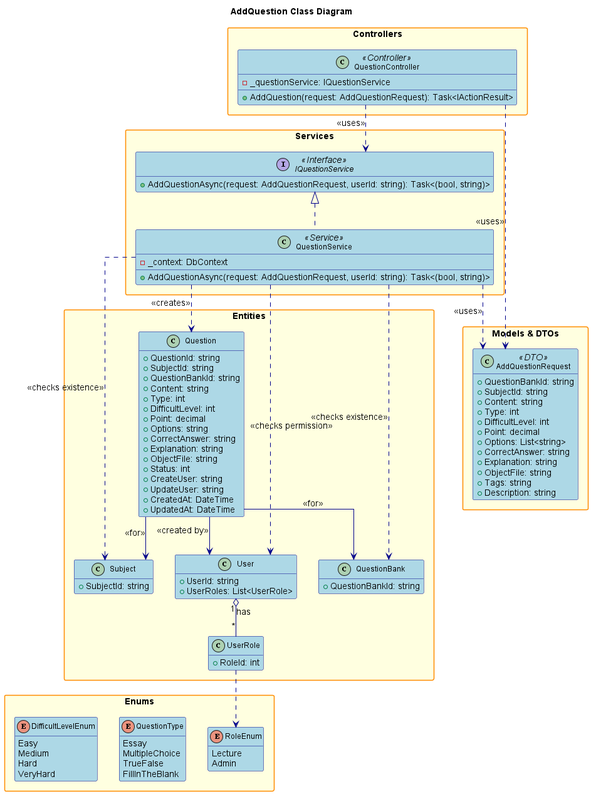
Before: design/out/addquestion/addquestion.png, a diagram exported from PlantUML (conghoan1211/AI-Kiosk-Testing-system).
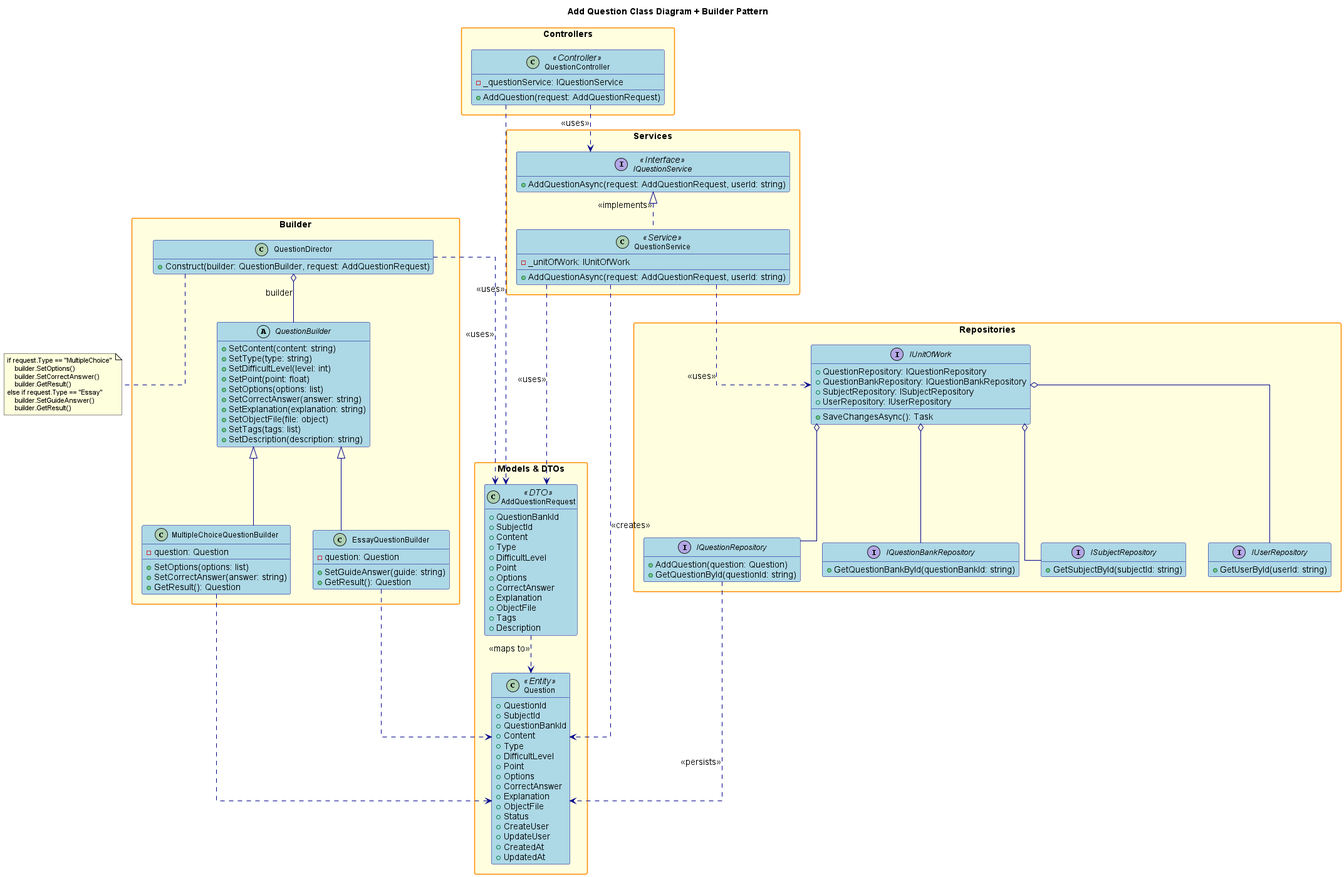
The same diagram one commit later.

What changed in the source:
```diff
@@ -1,6 +1,4 @@
 @startuml
-
-title AddQuestion Class Diagram
 
 hide empty members
 skinparam packageStyle rectangle
@@ -25,118 +23,148 @@
     FontSize 14
     FontStyle bold
 }
-
 skinparam interface {
     BackgroundColor LightGreen
     BorderColor DarkGreen
     FontSize 12
 }
 
-skinparam enum {
-    BackgroundColor LightCyan
-    BorderColor DarkCyan
-    FontSize 12
-}
+title Add Question Class Diagram + Builder Pattern
 
 package "Controllers" {
     class QuestionController <<Controller>> {
         - _questionService: IQuestionService
-        + AddQuestion(request: AddQuestionRequest): Task<IActionResult>
+        + AddQuestion(request: AddQuestionRequest)
     }
 }
 
 package "Services" {
     interface IQuestionService <<Interface>> {
-        + AddQuestionAsync(request: AddQuestionRequest, userId: string): Task<(bool, string)>
+        + AddQuestionAsync(request: AddQuestionRequest, userId: string)
     }
     class QuestionService <<Service>> {
-        - _context: DbContext
-        + AddQuestionAsync(request: AddQuestionRequest, userId: string): Task<(bool, string)>
+        - _unitOfWork: IUnitOfWork
+        + AddQuestionAsync(request: AddQuestionRequest, userId: string)
+    }
+}
+
+package "Repositories" {
+    interface IUnitOfWork {
+        + QuestionRepository: IQuestionRepository
+        + QuestionBankRepository: IQuestionBankRepository
+        + SubjectRepository: ISubjectRepository
+        + UserRepository: IUserRepository
+        + SaveChangesAsync(): Task
+    }
+
+    interface IQuestionRepository {
+        + AddQuestion(question: Question)
+        + GetQuestionById(questionId: string)
+    }
+    interface IQuestionBankRepository {
+        + GetQuestionBankById(questionBankId: string)
+    }
+    interface ISubjectRepository {
+        + GetSubjectById(subjectId: string)
+    }
+    interface IUserRepository {
+        + GetUserById(userId: string)
     }
 }
 
 package "Models & DTOs" {
     class AddQuestionRequest <<DTO>> {
-        + QuestionBankId: string
-        + SubjectId: string
-        + Content: string
-        + Type: int
-        + DifficultLevel: int
-        + Point: decimal
-        + Options: List<string>
-        + CorrectAnswer: string
-        + Explanation: string
-        + ObjectFile: string
-        + Tags: string
-        + Description: string
+        + QuestionBankId
+        + SubjectId
+        + Content
+        + Type
+        + DifficultLevel
+        + Point
+        + Options
+        + CorrectAnswer
+        + Explanation
+        + ObjectFile
+        + Tags
+        + Description
+    }
+    class Question <<Entity>> {
+        + QuestionId
+        + SubjectId
+        + QuestionBankId
+        + Content
+        + Type
+        + DifficultLevel
+        + Point
+        + Options
+        + CorrectAnswer
+        + Explanation
+        + ObjectFile
+        + Status
+        + CreateUser
+        + UpdateUser
+        + CreatedAt
+        + UpdatedAt
     }
 }
 
-package "Entities" {
-    class Question {
-        + QuestionId: string
-        + SubjectId: string
-        + QuestionBankId: string
-        + Content: string
-        + Type: int
-        + DifficultLevel: int
-        + Point: decimal
-        + Options: string
-        + CorrectAnswer: string
-        + Explanation: string
-        + ObjectFile: string
-        + Status: int
-        + CreateUser: string
-        + UpdateUser: string
-        + CreatedAt: DateTime
-        + UpdatedAt: DateTime
+package "Builder" {
+    class QuestionDirector {
+        +Construct(builder: QuestionBuilder, request: AddQuestionRequest)
     }
-    class QuestionBank {
-        + QuestionBankId: string
+    abstract class QuestionBuilder {
+        +SetContent(content: string)
+        +SetType(type: string)
+        +SetDifficultLevel(level: int)
+        +SetPoint(point: float)
+        +SetOptions(options: list)
+        +SetCorrectAnswer(answer: string)
+        +SetExplanation(explanation: string)
+        +SetObjectFile(file: object)
+        +SetTags(tags: list)
+        +SetDescription(description: string)
     }
-    class Subject {
-        + SubjectId: string
+    class MultipleChoiceQuestionBuilder {
+        +SetOptions(options: list)
+        +SetCorrectAnswer(answer: string)
+        +GetResult(): Question
+        - question: Question
     }
-    class User {
-        + UserId: string
-        + UserRoles: List<UserRole>
-    }
-    class UserRole {
-        + RoleId: int
-    }
-}
-
-package "Enums" {
-    enum RoleEnum {
-        Lecture
-        Admin
-    }
-    enum QuestionType {
-        Essay
-        MultipleChoice
-        TrueFalse
-        FillInTheBlank
-    }
-    enum DifficultLevelEnum {
-        Easy
-        Medium
-        Hard
-        VeryHard
+    class EssayQuestionBuilder {
+        +SetGuideAnswer(guide: string)
+        +GetResult(): Question
+        - question: Question
     }
 }
 
 QuestionController ..> IQuestionService : <<uses>>
 QuestionController ..> AddQuestionRequest : <<uses>>
-IQuestionService <|.. QuestionService
+IQuestionService <|.. QuestionService : <<implements>>
+QuestionService ..> IUnitOfWork : <<uses>>
+QuestionService ..> AddQuestionRequest : <<uses>>
 QuestionService ..> Question : <<creates>>
-QuestionService ..> AddQuestionRequest : <<uses>>
-QuestionService ..> User : <<checks permission>>
-QuestionService ..> QuestionBank : <<checks existence>>
-QuestionService ..> Subject : <<checks existence>>
-User "1" o-- "*" UserRole : has
-Question --> QuestionBank : <<for>>
-Question --> Subject : <<for>>
-Question --> User : <<created by>>
-UserRole ..> RoleEnum
+IQuestionRepository ..> Question : <<persists>>
+AddQuestionRequest ..> Question : <<maps to>>
+
+IUnitOfWork o-- IQuestionRepository
+IUnitOfWork o-- IQuestionBankRepository
+IUnitOfWork o-- ISubjectRepository
+IUnitOfWork o-- IUserRepository
+
+QuestionDirector o-- QuestionBuilder : builder
+QuestionBuilder <|-- MultipleChoiceQuestionBuilder
+QuestionBuilder <|-- EssayQuestionBuilder
+MultipleChoiceQuestionBuilder ..> Question
+EssayQuestionBuilder ..> Question
+QuestionDirector ..> AddQuestionRequest : <<uses>>
+
+note bottom of QuestionDirector
+if request.Type == "MultipleChoice"
+    builder.SetOptions()
+    builder.SetCorrectAnswer()
+    builder.GetResult()
+else if request.Type == "Essay"
+    builder.SetGuideAnswer()
+    builder.GetResult()
+end note
 
 @enduml
```
